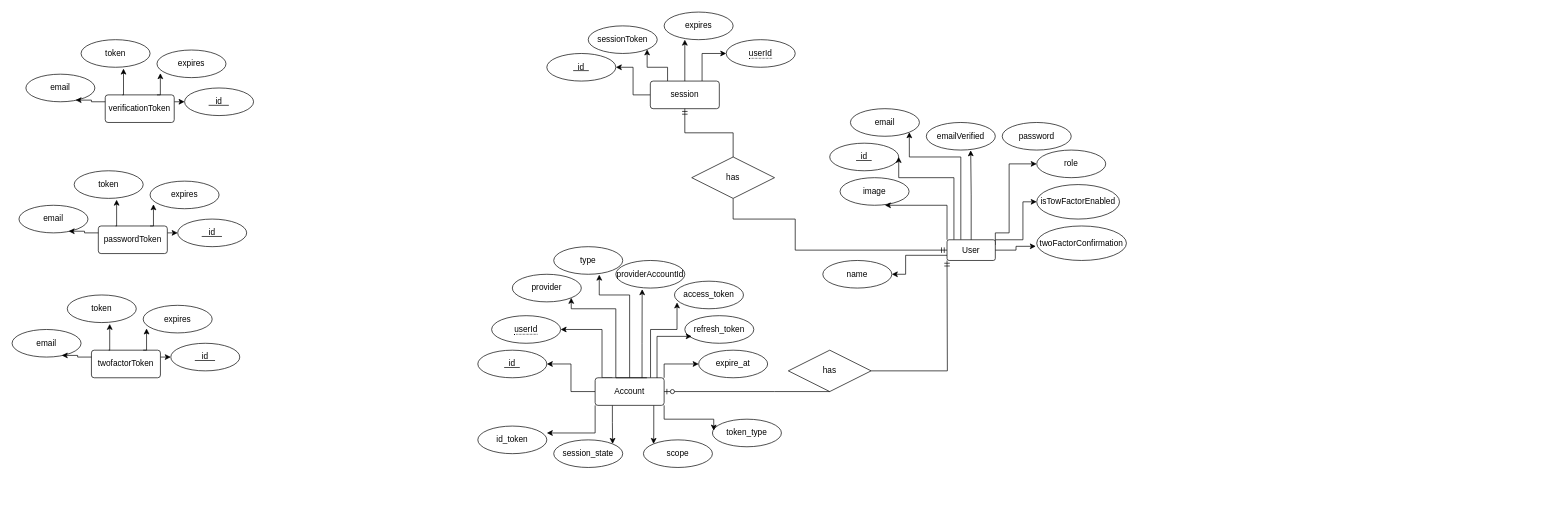
Before: ERD/Untitled Diagram.drawio in janaka4345/ai-pal, a draw.io diagram. Source tidied: cells renumbered, new cells numbered last; positions are measured from the earlier drawing's top-left corner, leaving out a move shared by most shapes. Both pictures are drawn from the tidied source at 69%, with x=0, y=0 at pixel (12, 12).
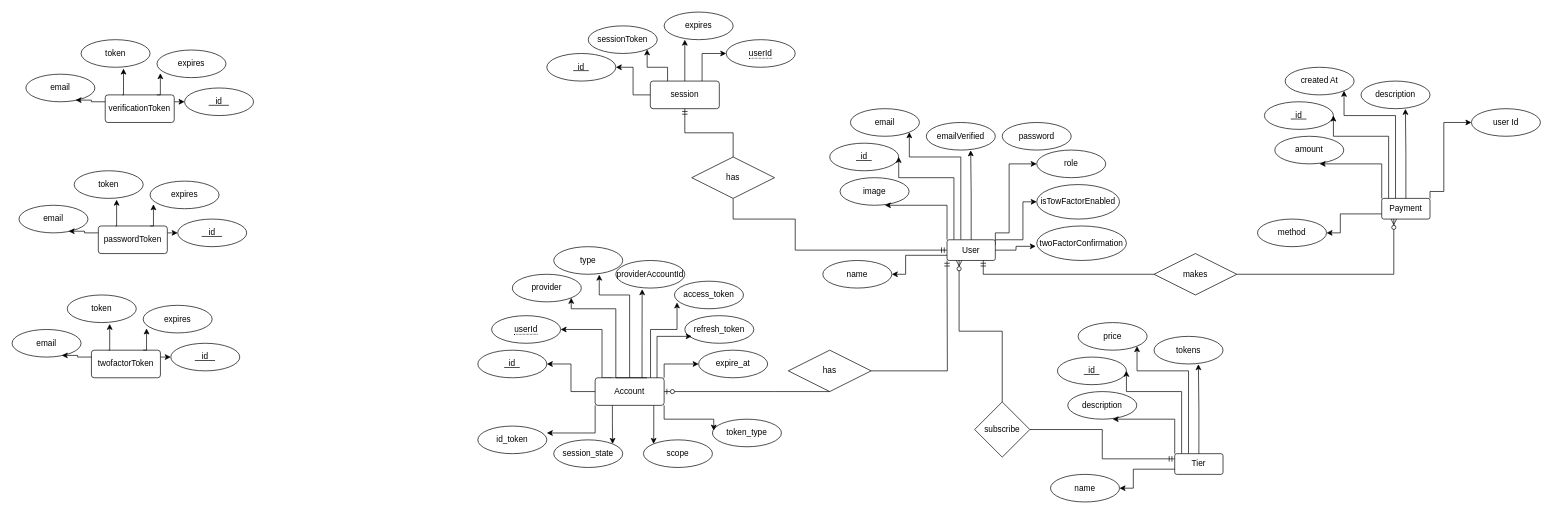
Above is the later version.

Unchanged cells that the change refers to:
```xml
<mxCell id="7" value="User" style="rounded=1;arcSize=10;whiteSpace=wrap;html=1;align=center;" parent="1" vertex="1">
  <mxGeometry x="1355" y="330" width="70" height="30" as="geometry" />
</mxCell>
```

The edit, as a diff of the source:
```diff
@@
+    <mxCell id="87" value="&amp;nbsp; id&amp;nbsp;&amp;nbsp;" style="ellipse;whiteSpace=wrap;html=1;align=center;fontStyle=4;" parent="1" vertex="1">
+      <mxGeometry x="1815" y="130" width="100" height="40" as="geometry" />
+    </mxCell>
+    <mxCell id="88" style="edgeStyle=orthogonalEdgeStyle;rounded=0;jettySize=auto;html=1;exitX=1;exitY=0;exitDx=0;exitDy=0;entryX=0;entryY=0.5;entryDx=0;entryDy=0;" parent="1" edge="1" source="91">
+      <mxGeometry relative="1" as="geometry">
+        <mxPoint x="2115" y="160" as="targetPoint" />
+        <Array as="points">
+          <mxPoint x="2075" y="260" />
+          <mxPoint x="2075" y="160" />
+        </Array>
+      </mxGeometry>
+    </mxCell>
+    <mxCell id="89" style="edgeStyle=orthogonalEdgeStyle;rounded=0;jettySize=auto;html=1;entryX=1;entryY=0.5;entryDx=0;entryDy=0;" parent="1" edge="1" source="91" target="87">
+      <mxGeometry relative="1" as="geometry">
+        <Array as="points">
+          <mxPoint x="1995" y="180" />
+          <mxPoint x="1915" y="180" />
+        </Array>
+      </mxGeometry>
+    </mxCell>
+    <mxCell id="90" style="edgeStyle=orthogonalEdgeStyle;rounded=0;jettySize=auto;html=1;entryX=1;entryY=1;entryDx=0;entryDy=0;" parent="1" edge="1" source="91" target="92">
+      <mxGeometry relative="1" as="geometry">
+        <Array as="points">
+          <mxPoint x="2005" y="150" />
+          <mxPoint x="1930" y="150" />
+        </Array>
+      </mxGeometry>
+    </mxCell>
+    <mxCell id="91" value="Payment" style="rounded=1;arcSize=10;whiteSpace=wrap;html=1;align=center;" parent="1" vertex="1">
+      <mxGeometry x="1985" y="270" width="70" height="30" as="geometry" />
+    </mxCell>
+    <mxCell id="92" value="created At" style="ellipse;whiteSpace=wrap;html=1;align=center;" parent="1" vertex="1">
+      <mxGeometry x="1845" y="80" width="100" height="40" as="geometry" />
+    </mxCell>
+    <mxCell id="93" value="description" style="ellipse;whiteSpace=wrap;html=1;align=center;" parent="1" vertex="1">
+      <mxGeometry x="1955" y="100" width="100" height="40" as="geometry" />
+    </mxCell>
+    <mxCell id="94" value="user Id" style="ellipse;whiteSpace=wrap;html=1;align=center;" parent="1" vertex="1">
+      <mxGeometry x="2115" y="140" width="100" height="40" as="geometry" />
+    </mxCell>
+    <mxCell id="95" value="amount" style="ellipse;whiteSpace=wrap;html=1;align=center;" parent="1" vertex="1">
+      <mxGeometry x="1830" y="180" width="100" height="40" as="geometry" />
+    </mxCell>
+    <mxCell id="96" value="method" style="ellipse;whiteSpace=wrap;html=1;align=center;" parent="1" vertex="1">
+      <mxGeometry x="1805" y="300" width="100" height="40" as="geometry" />
+    </mxCell>
+    <mxCell id="97" style="edgeStyle=orthogonalEdgeStyle;rounded=0;jettySize=auto;html=1;exitX=0;exitY=0.75;exitDx=0;exitDy=0;" parent="1" edge="1" source="91" target="96">
+      <mxGeometry relative="1" as="geometry">
+        <Array as="points">
+          <mxPoint x="1925" y="293" />
+          <mxPoint x="1925" y="320" />
+        </Array>
+      </mxGeometry>
+    </mxCell>
+    <mxCell id="98" style="edgeStyle=orthogonalEdgeStyle;rounded=0;jettySize=auto;html=1;entryX=0.643;entryY=1.008;entryDx=0;entryDy=0;entryPerimeter=0;" parent="1" edge="1" source="91" target="93">
+      <mxGeometry relative="1" as="geometry">
+        <Array as="points">
+          <mxPoint x="2020" y="205" />
+          <mxPoint x="2019" y="205" />
+        </Array>
+      </mxGeometry>
+    </mxCell>
+    <mxCell id="99" style="edgeStyle=orthogonalEdgeStyle;rounded=0;jettySize=auto;html=1;entryX=0.65;entryY=1;entryDx=0;entryDy=0;entryPerimeter=0;" parent="1" edge="1" source="91" target="95">
+      <mxGeometry relative="1" as="geometry">
+        <Array as="points">
+          <mxPoint x="1985" y="220" />
+        </Array>
+      </mxGeometry>
+    </mxCell>
+    <mxCell id="100" value="&amp;nbsp; id&amp;nbsp;&amp;nbsp;" style="ellipse;whiteSpace=wrap;html=1;align=center;fontStyle=4;" parent="1" vertex="1">
+      <mxGeometry x="1515" y="500" width="100" height="40" as="geometry" />
+    </mxCell>
+    <mxCell id="101" style="edgeStyle=orthogonalEdgeStyle;rounded=0;jettySize=auto;html=1;entryX=1;entryY=0.5;entryDx=0;entryDy=0;" parent="1" edge="1" source="103" target="100">
+      <mxGeometry relative="1" as="geometry">
+        <Array as="points">
+          <mxPoint x="1695" y="550" />
+          <mxPoint x="1615" y="550" />
+        </Array>
+      </mxGeometry>
+    </mxCell>
+    <mxCell id="102" style="edgeStyle=orthogonalEdgeStyle;rounded=0;jettySize=auto;html=1;entryX=1;entryY=1;entryDx=0;entryDy=0;" parent="1" edge="1" source="103" target="104">
+      <mxGeometry relative="1" as="geometry">
+        <Array as="points">
+          <mxPoint x="1705" y="520" />
+          <mxPoint x="1630" y="520" />
+        </Array>
+      </mxGeometry>
+    </mxCell>
+    <mxCell id="103" value="Tier" style="rounded=1;arcSize=10;whiteSpace=wrap;html=1;align=center;" parent="1" vertex="1">
+      <mxGeometry x="1685" y="640" width="70" height="30" as="geometry" />
+    </mxCell>
+    <mxCell id="104" value="price" style="ellipse;whiteSpace=wrap;html=1;align=center;" parent="1" vertex="1">
+      <mxGeometry x="1545" y="450" width="100" height="40" as="geometry" />
+    </mxCell>
+    <mxCell id="105" value="tokens" style="ellipse;whiteSpace=wrap;html=1;align=center;" parent="1" vertex="1">
+      <mxGeometry x="1655" y="470" width="100" height="40" as="geometry" />
+    </mxCell>
+    <mxCell id="106" value="description" style="ellipse;whiteSpace=wrap;html=1;align=center;" parent="1" vertex="1">
+      <mxGeometry x="1530" y="550" width="100" height="40" as="geometry" />
+    </mxCell>
+    <mxCell id="107" value="name" style="ellipse;whiteSpace=wrap;html=1;align=center;" parent="1" vertex="1">
+      <mxGeometry x="1505" y="670" width="100" height="40" as="geometry" />
+    </mxCell>
+    <mxCell id="108" style="edgeStyle=orthogonalEdgeStyle;rounded=0;jettySize=auto;html=1;exitX=0;exitY=0.75;exitDx=0;exitDy=0;" parent="1" edge="1" source="103" target="107">
+      <mxGeometry relative="1" as="geometry">
+        <Array as="points">
+          <mxPoint x="1625" y="663" />
+          <mxPoint x="1625" y="690" />
+        </Array>
+      </mxGeometry>
+    </mxCell>
+    <mxCell id="109" style="edgeStyle=orthogonalEdgeStyle;rounded=0;jettySize=auto;html=1;entryX=0.643;entryY=1.008;entryDx=0;entryDy=0;entryPerimeter=0;" parent="1" edge="1" source="103" target="105">
+      <mxGeometry relative="1" as="geometry">
+        <Array as="points">
+          <mxPoint x="1720" y="575" />
+          <mxPoint x="1719" y="575" />
+        </Array>
+      </mxGeometry>
+    </mxCell>
+    <mxCell id="110" style="edgeStyle=orthogonalEdgeStyle;rounded=0;jettySize=auto;html=1;entryX=0.65;entryY=1;entryDx=0;entryDy=0;entryPerimeter=0;" parent="1" edge="1" source="103" target="106">
+      <mxGeometry relative="1" as="geometry">
+        <Array as="points">
+          <mxPoint x="1685" y="590" />
+        </Array>
+      </mxGeometry>
+    </mxCell>
+    <mxCell id="111" value="subscribe" style="rhombus;whiteSpace=wrap;html=1;" parent="1" vertex="1">
+      <mxGeometry x="1395" y="565" width="80" height="80" as="geometry" />
+    </mxCell>
+    <mxCell id="112" style="edgeStyle=orthogonalEdgeStyle;fontSize=12;html=1;endArrow=ERzeroToMany;endFill=1;rounded=0;entryX=0.25;entryY=1;entryDx=0;entryDy=0;exitX=0.5;exitY=0;exitDx=0;exitDy=0;" parent="1" edge="1" source="111" target="7">
+      <mxGeometry relative="1" as="geometry" />
+    </mxCell>
+    <mxCell id="113" style="edgeStyle=orthogonalEdgeStyle;fontSize=12;html=1;endArrow=ERmandOne;rounded=0;entryX=0;entryY=0.25;entryDx=0;entryDy=0;exitX=1;exitY=0.5;exitDx=0;exitDy=0;" parent="1" edge="1" source="111" target="103">
+      <mxGeometry relative="1" as="geometry" />
+    </mxCell>
+    <mxCell id="114" value="makes" style="shape=rhombus;perimeter=rhombusPerimeter;whiteSpace=wrap;html=1;align=center;" parent="1" vertex="1">
+      <mxGeometry x="1655" y="350" width="120" height="60" as="geometry" />
+    </mxCell>
+    <mxCell id="115" style="edgeStyle=orthogonalEdgeStyle;fontSize=12;html=1;endArrow=ERzeroToMany;endFill=1;rounded=0;entryX=0.25;entryY=1;entryDx=0;entryDy=0;exitX=1;exitY=0.5;exitDx=0;exitDy=0;" parent="1" edge="1" source="114" target="91">
+      <mxGeometry relative="1" as="geometry" />
+    </mxCell>
+    <mxCell id="116" style="edgeStyle=orthogonalEdgeStyle;fontSize=12;html=1;endArrow=ERmandOne;rounded=0;entryX=0.75;entryY=1;entryDx=0;entryDy=0;exitX=0;exitY=0.5;exitDx=0;exitDy=0;" parent="1" edge="1" source="114" target="7">
+      <mxGeometry relative="1" as="geometry" />
+    </mxCell>
```
